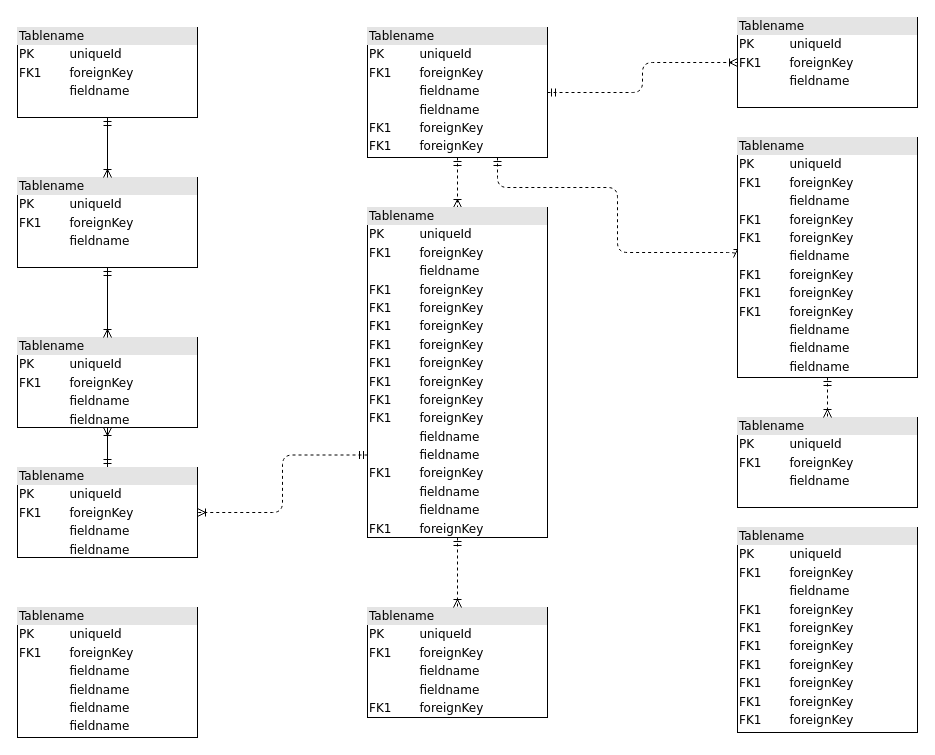
The draw.io diagram Untitled Diagram.drawio in kimgiao1202/my-monmon, before the edit. Source tidied: cells renumbered, new cells numbered last; positions are measured from the earlier drawing's top-left corner, leaving out a move shared by most shapes. Both pictures are drawn from the tidied source at 100%, with x=0, y=0 at pixel (17, 17).
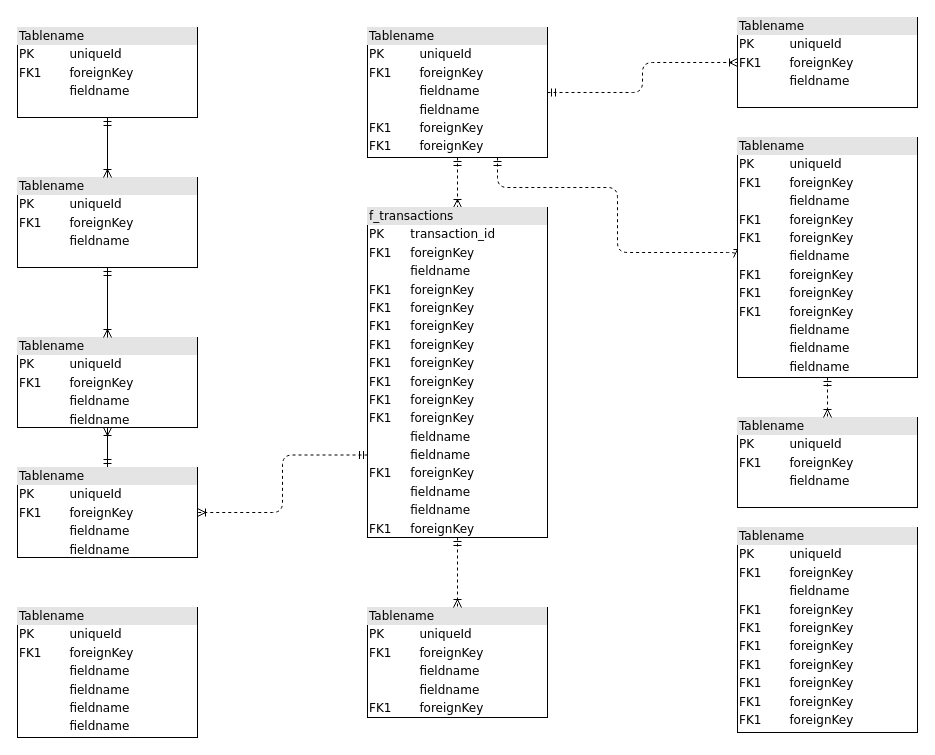
The same diagram, later.

Change to the diagram source:
```diff
@@
-    <mxCell id="16" value="&lt;div style=&quot;box-sizing: border-box ; width: 100% ; background: #e4e4e4 ; padding: 2px&quot;&gt;Tablename&lt;/div&gt;&lt;table style=&quot;width: 100% ; font-size: 1em&quot; cellpadding=&quot;2&quot; cellspacing=&quot;0&quot;&gt;&lt;tbody&gt;&lt;tr&gt;&lt;td&gt;PK&lt;/td&gt;&lt;td&gt;uniqueId&lt;/td&gt;&lt;/tr&gt;&lt;tr&gt;&lt;td&gt;FK1&lt;/td&gt;&lt;td&gt;foreignKey&lt;/td&gt;&lt;/tr&gt;&lt;tr&gt;&lt;td&gt;&lt;/td&gt;&lt;td&gt;fieldname&lt;/td&gt;&lt;/tr&gt;&lt;tr&gt;&lt;td&gt;FK1&lt;br&gt;&lt;/td&gt;&lt;td&gt;foreignKey&lt;br&gt;&lt;/td&gt;&lt;/tr&gt;&lt;tr&gt;&lt;td&gt;FK1&lt;br&gt;&lt;/td&gt;&lt;td&gt;foreignKey&lt;br&gt;&lt;/td&gt;&lt;/tr&gt;&lt;tr&gt;&lt;td&gt;FK1&lt;br&gt;&lt;/td&gt;&lt;td&gt;foreignKey&lt;br&gt;&lt;/td&gt;&lt;/tr&gt;&lt;tr&gt;&lt;td&gt;FK1&lt;br&gt;&lt;/td&gt;&lt;td&gt;foreignKey&lt;br&gt;&lt;/td&gt;&lt;/tr&gt;&lt;tr&gt;&lt;td&gt;FK1&lt;br&gt;&lt;/td&gt;&lt;td&gt;foreignKey&lt;br&gt;&lt;/td&gt;&lt;/tr&gt;&lt;tr&gt;&lt;td&gt;FK1&lt;br&gt;&lt;/td&gt;&lt;td&gt;foreignKey&lt;br&gt;&lt;/td&gt;&lt;/tr&gt;&lt;tr&gt;&lt;td&gt;FK1&lt;br&gt;&lt;/td&gt;&lt;td&gt;foreignKey&lt;br&gt;&lt;/td&gt;&lt;/tr&gt;&lt;tr&gt;&lt;td&gt;FK1&lt;br&gt;&lt;/td&gt;&lt;td&gt;foreignKey&lt;br&gt;&lt;/td&gt;&lt;/tr&gt;&lt;tr&gt;&lt;td&gt;&lt;br&gt;&lt;/td&gt;&lt;td&gt;fieldname&lt;br&gt;&lt;/td&gt;&lt;/tr&gt;&lt;tr&gt;&lt;td&gt;&lt;br&gt;&lt;/td&gt;&lt;td&gt;fieldname&lt;br&gt;&lt;/td&gt;&lt;/tr&gt;&lt;tr&gt;&lt;td&gt;FK1&lt;br&gt;&lt;/td&gt;&lt;td&gt;foreignKey&lt;br&gt;&lt;/td&gt;&lt;/tr&gt;&lt;tr&gt;&lt;td&gt;&lt;br&gt;&lt;/td&gt;&lt;td&gt;fieldname&lt;br&gt;&lt;/td&gt;&lt;/tr&gt;&lt;tr&gt;&lt;td&gt;&lt;br&gt;&lt;/td&gt;&lt;td&gt;fieldname&lt;br&gt;&lt;/td&gt;&lt;/tr&gt;&lt;tr&gt;&lt;td&gt;FK1&lt;br&gt;&lt;/td&gt;&lt;td&gt;foreignKey&lt;br&gt;&lt;/td&gt;&lt;/tr&gt;&lt;/tbody&gt;&lt;/table&gt;" style="verticalAlign=top;align=left;overflow=fill;html=1;rounded=0;shadow=0;comic=0;labelBackgroundColor=none;strokeWidth=1;fontFamily=Verdana;fontSize=12;" parent="1" vertex="1">
+    <mxCell id="16" value="&lt;div style=&quot;box-sizing: border-box; width: 100%; background: rgb(228, 228, 228); padding: 2px;&quot;&gt;f_transactions&lt;/div&gt;&lt;table style=&quot;width: 100% ; font-size: 1em&quot; cellpadding=&quot;2&quot; cellspacing=&quot;0&quot;&gt;&lt;tbody&gt;&lt;tr&gt;&lt;td&gt;PK&lt;/td&gt;&lt;td&gt;transaction_id&lt;/td&gt;&lt;/tr&gt;&lt;tr&gt;&lt;td&gt;FK1&lt;/td&gt;&lt;td&gt;foreignKey&lt;/td&gt;&lt;/tr&gt;&lt;tr&gt;&lt;td&gt;&lt;/td&gt;&lt;td&gt;fieldname&lt;/td&gt;&lt;/tr&gt;&lt;tr&gt;&lt;td&gt;FK1&lt;br&gt;&lt;/td&gt;&lt;td&gt;foreignKey&lt;br&gt;&lt;/td&gt;&lt;/tr&gt;&lt;tr&gt;&lt;td&gt;FK1&lt;br&gt;&lt;/td&gt;&lt;td&gt;foreignKey&lt;br&gt;&lt;/td&gt;&lt;/tr&gt;&lt;tr&gt;&lt;td&gt;FK1&lt;br&gt;&lt;/td&gt;&lt;td&gt;foreignKey&lt;br&gt;&lt;/td&gt;&lt;/tr&gt;&lt;tr&gt;&lt;td&gt;FK1&lt;br&gt;&lt;/td&gt;&lt;td&gt;foreignKey&lt;br&gt;&lt;/td&gt;&lt;/tr&gt;&lt;tr&gt;&lt;td&gt;FK1&lt;br&gt;&lt;/td&gt;&lt;td&gt;foreignKey&lt;br&gt;&lt;/td&gt;&lt;/tr&gt;&lt;tr&gt;&lt;td&gt;FK1&lt;br&gt;&lt;/td&gt;&lt;td&gt;foreignKey&lt;br&gt;&lt;/td&gt;&lt;/tr&gt;&lt;tr&gt;&lt;td&gt;FK1&lt;br&gt;&lt;/td&gt;&lt;td&gt;foreignKey&lt;br&gt;&lt;/td&gt;&lt;/tr&gt;&lt;tr&gt;&lt;td&gt;FK1&lt;br&gt;&lt;/td&gt;&lt;td&gt;foreignKey&lt;br&gt;&lt;/td&gt;&lt;/tr&gt;&lt;tr&gt;&lt;td&gt;&lt;br&gt;&lt;/td&gt;&lt;td&gt;fieldname&lt;br&gt;&lt;/td&gt;&lt;/tr&gt;&lt;tr&gt;&lt;td&gt;&lt;br&gt;&lt;/td&gt;&lt;td&gt;fieldname&lt;br&gt;&lt;/td&gt;&lt;/tr&gt;&lt;tr&gt;&lt;td&gt;FK1&lt;br&gt;&lt;/td&gt;&lt;td&gt;foreignKey&lt;br&gt;&lt;/td&gt;&lt;/tr&gt;&lt;tr&gt;&lt;td&gt;&lt;br&gt;&lt;/td&gt;&lt;td&gt;fieldname&lt;br&gt;&lt;/td&gt;&lt;/tr&gt;&lt;tr&gt;&lt;td&gt;&lt;br&gt;&lt;/td&gt;&lt;td&gt;fieldname&lt;br&gt;&lt;/td&gt;&lt;/tr&gt;&lt;tr&gt;&lt;td&gt;FK1&lt;br&gt;&lt;/td&gt;&lt;td&gt;foreignKey&lt;br&gt;&lt;/td&gt;&lt;/tr&gt;&lt;/tbody&gt;&lt;/table&gt;" style="verticalAlign=top;align=left;overflow=fill;html=1;rounded=0;shadow=0;comic=0;labelBackgroundColor=none;strokeWidth=1;fontFamily=Verdana;fontSize=12;" parent="1" vertex="1">
       <mxGeometry x="350" y="190" width="180" height="330" as="geometry" />
     </mxCell>
```
